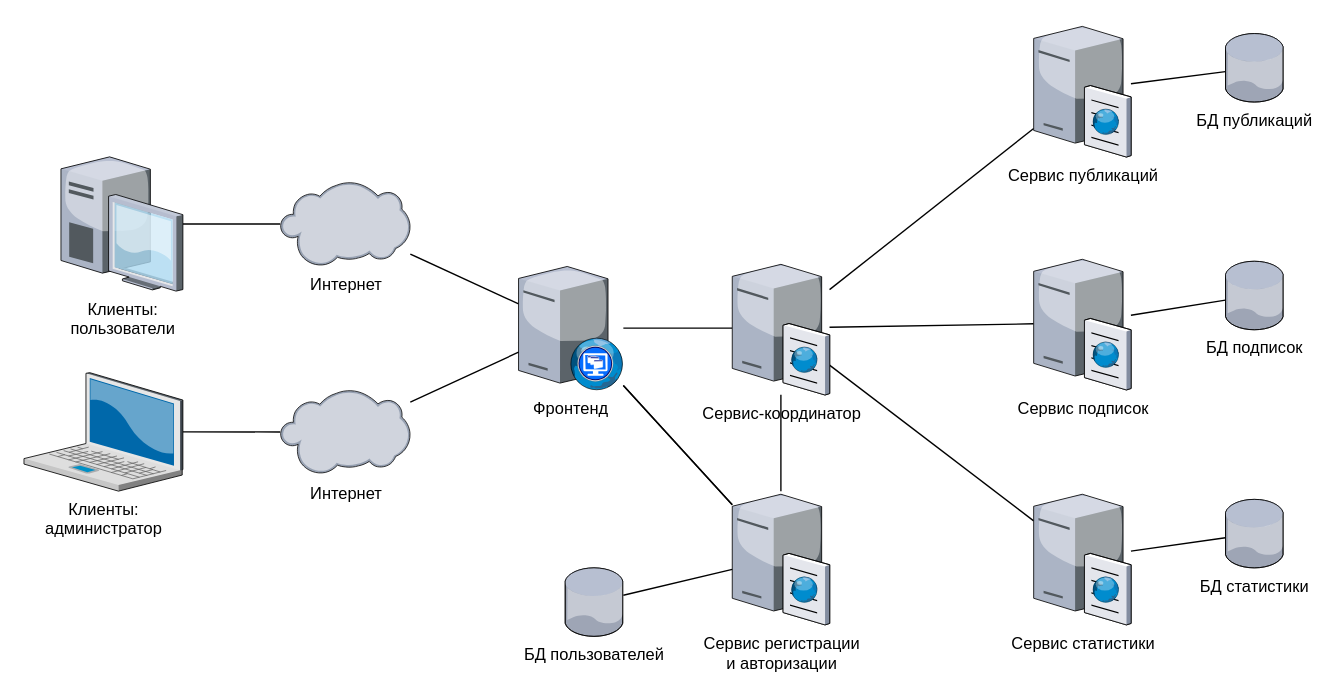
This is docs/inc/img/topology.drawio from wcdbmv/DIPSC, a draw.io file, before an edit. Source tidied: cells renumbered, new cells numbered last; positions are measured from the earlier drawing's top-left corner, leaving out a move shared by most shapes. Both pictures are drawn from the tidied source at 137%, with x=0, y=0 at pixel (23, 22).
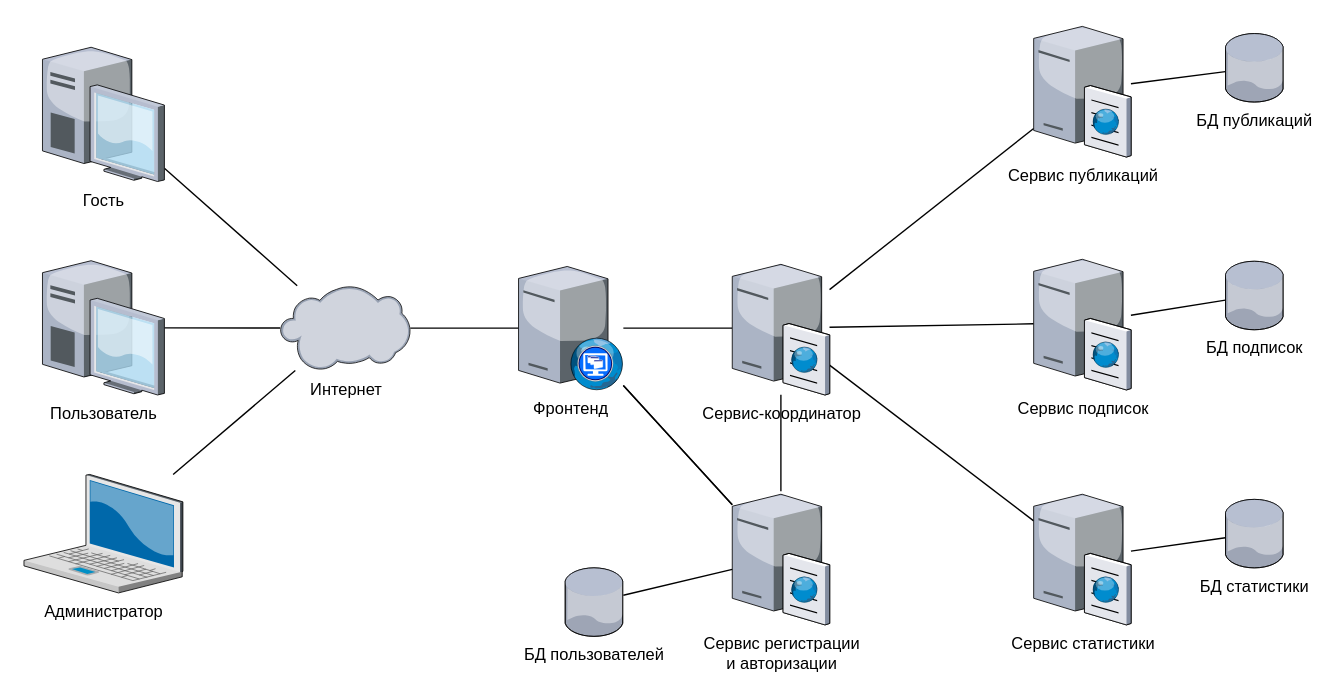
Above is the later version.

Commit message (it also covers changes not shown here):
Finish technikal task for MSE

The change refers to these unchanged cells:
```xml
<mxCell id="11" value="&lt;div&gt;Фронтенд&lt;/div&gt;" style="verticalLabelPosition=bottom;sketch=0;html=1;verticalAlign=top;strokeColor=none;align=center;outlineConnect=0;shape=mxgraph.citrix.desktop_web;" parent="1" vertex="1">
  <mxGeometry x="361" y="178" width="76.5" height="90" as="geometry" />
</mxCell>
```

What changed in the source:
```diff
@@
-    <mxCell id="3" value="Клиенты:&lt;br&gt;пользователи" style="verticalLabelPosition=bottom;sketch=0;html=1;verticalAlign=top;strokeColor=none;align=center;outlineConnect=0;shape=mxgraph.citrix.desktop;" parent="1" vertex="1">
-      <mxGeometry x="27" y="98" width="89" height="98" as="geometry" />
+    <mxCell id="3" value="&lt;div&gt;Пользователь&lt;/div&gt;" style="verticalLabelPosition=bottom;sketch=0;html=1;verticalAlign=top;strokeColor=none;align=center;outlineConnect=0;shape=mxgraph.citrix.desktop;" parent="1" vertex="1">
+      <mxGeometry x="13.5" y="173.8" width="89" height="98" as="geometry" />
     </mxCell>
-    <mxCell id="4" style="edgeStyle=none;rounded=0;jettySize=auto;html=1;endArrow=none;endFill=0;" parent="1" edge="1" source="5" target="30">
+    <mxCell id="4" style="edgeStyle=none;rounded=0;jettySize=auto;html=1;endArrow=none;endFill=0;" parent="1" edge="1" source="5" target="7">
       <mxGeometry relative="1" as="geometry" />
     </mxCell>
-    <mxCell id="5" value="Клиенты:&lt;br&gt;&lt;div&gt;администратор&lt;/div&gt;" style="verticalLabelPosition=bottom;sketch=0;html=1;verticalAlign=top;strokeColor=none;align=center;outlineConnect=0;shape=mxgraph.citrix.laptop_2;" parent="1" vertex="1">
-      <mxGeometry y="255.5" width="116" height="86.5" as="geometry" />
+    <mxCell id="5" value="Администратор" style="verticalLabelPosition=bottom;sketch=0;html=1;verticalAlign=top;strokeColor=none;align=center;outlineConnect=0;shape=mxgraph.citrix.laptop_2;" parent="1" vertex="1">
+      <mxGeometry y="329.8" width="116" height="86.5" as="geometry" />
     </mxCell>
@@
     <mxCell id="7" value="&lt;div&gt;Интернет&lt;/div&gt;" style="verticalLabelPosition=bottom;sketch=0;html=1;verticalAlign=top;strokeColor=none;align=center;outlineConnect=0;shape=mxgraph.citrix.cloud;" parent="1" vertex="1">
-      <mxGeometry x="187" y="116" width="95" height="62" as="geometry" />
+      <mxGeometry x="187" y="192" width="95" height="62" as="geometry" />
     </mxCell>
@@
-    <mxCell id="29" style="edgeStyle=none;rounded=0;jettySize=auto;html=1;endArrow=none;endFill=0;" parent="1" edge="1" source="30" target="11">
-      <mxGeometry relative="1" as="geometry" />
-    </mxCell>
-    <mxCell id="30" value="&lt;div&gt;Интернет&lt;/div&gt;" style="verticalLabelPosition=bottom;sketch=0;html=1;verticalAlign=top;strokeColor=none;align=center;outlineConnect=0;shape=mxgraph.citrix.cloud;" parent="1" vertex="1">
-      <mxGeometry x="187" y="267.8" width="95" height="62" as="geometry" />
-    </mxCell>
+    <mxCell id="31" style="rounded=0;jettySize=auto;html=1;endArrow=none;endFill=0;" parent="1" edge="1" source="32" target="7">
+      <mxGeometry relative="1" as="geometry" />
+    </mxCell>
+    <mxCell id="32" value="Гость" style="verticalLabelPosition=bottom;sketch=0;html=1;verticalAlign=top;strokeColor=none;align=center;outlineConnect=0;shape=mxgraph.citrix.desktop;" parent="1" vertex="1">
+      <mxGeometry x="13.5" y="18" width="89" height="98" as="geometry" />
+    </mxCell>
```
